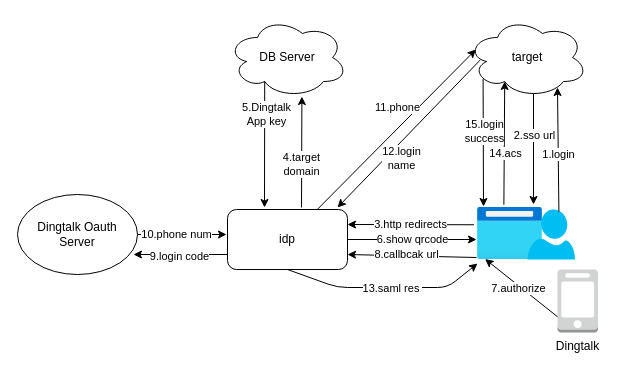
Above: page "第 1 页" (1 of 2) of sso.dio in kintone-samples/SAMPLE-kintone-dingtalk-idp-cn (draw.io), before the change. Source tidied: cells renumbered, new cells numbered last; positions are measured from the earlier drawing's top-left corner, leaving out a move shared by most shapes. Both pictures are drawn from the tidied source at 100%, with x=0, y=0 at pixel (17, 17).
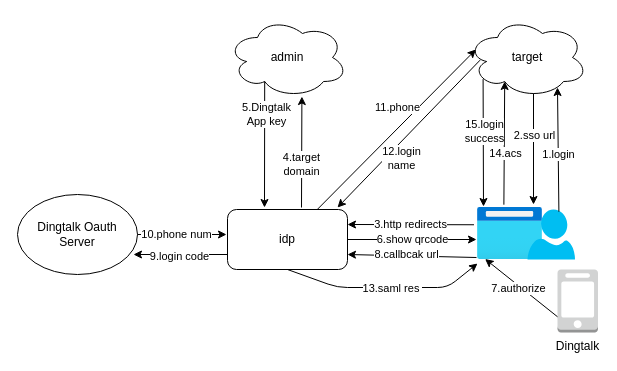
The same page after the edit.

What changed in the source:
```diff
@@
-    <mxCell id="7" value="DB Server" style="ellipse;shape=cloud;whiteSpace=wrap;html=1;" parent="1" vertex="1">
+    <mxCell id="7" value="admin" style="ellipse;shape=cloud;whiteSpace=wrap;html=1;" parent="1" vertex="1">
       <mxGeometry x="210" width="120" height="80" as="geometry" />
     </mxCell>
```
